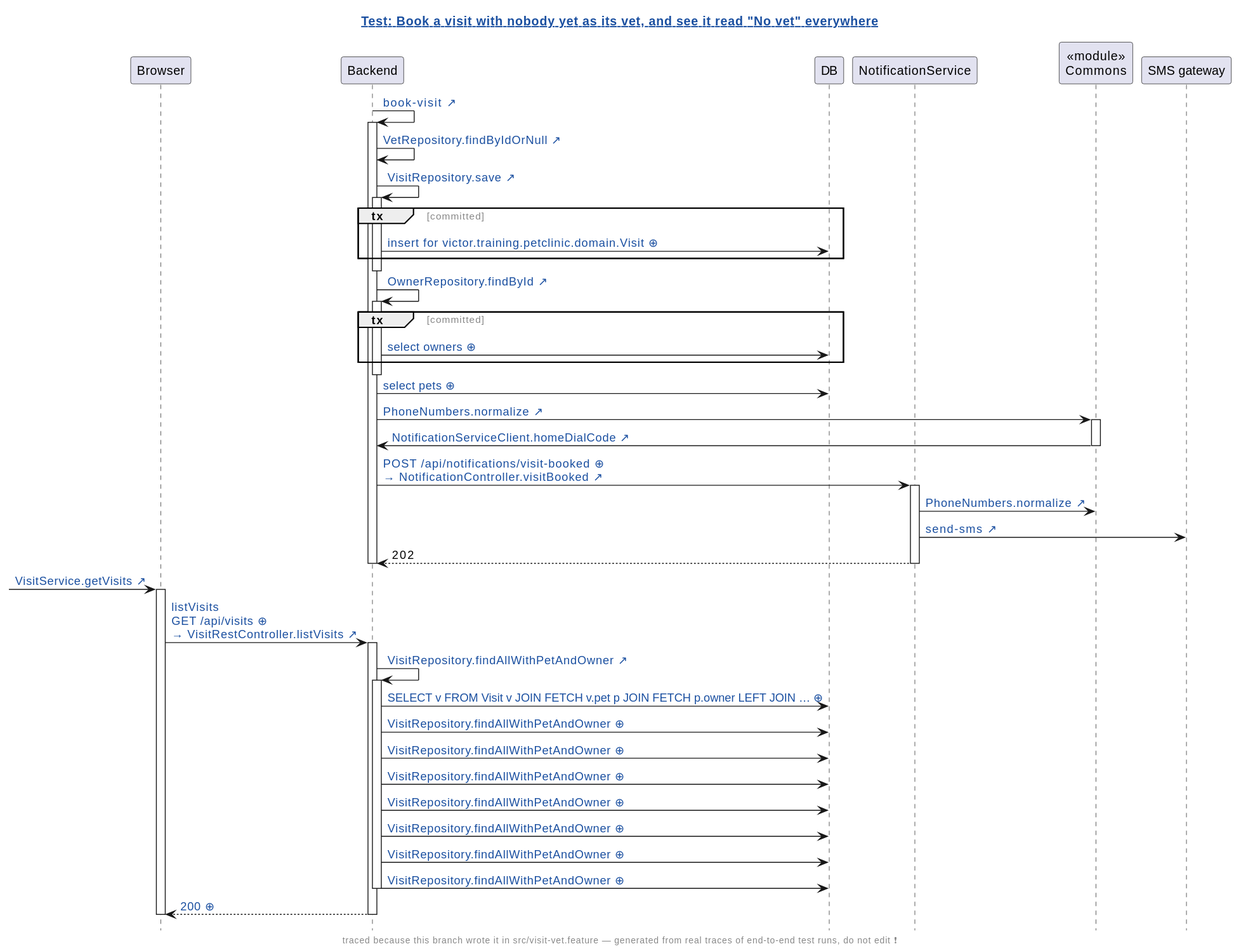
Above: demo/demo/assets/diagrams/petclinic-test_generated_visit-vet.feature.book-a-visit-with-nobody-yet-as-its-vet-and-see-it-read-no-vet-everywhere.genseq.diff.svg in victorrentea/human-review (PlantUML), before the change.
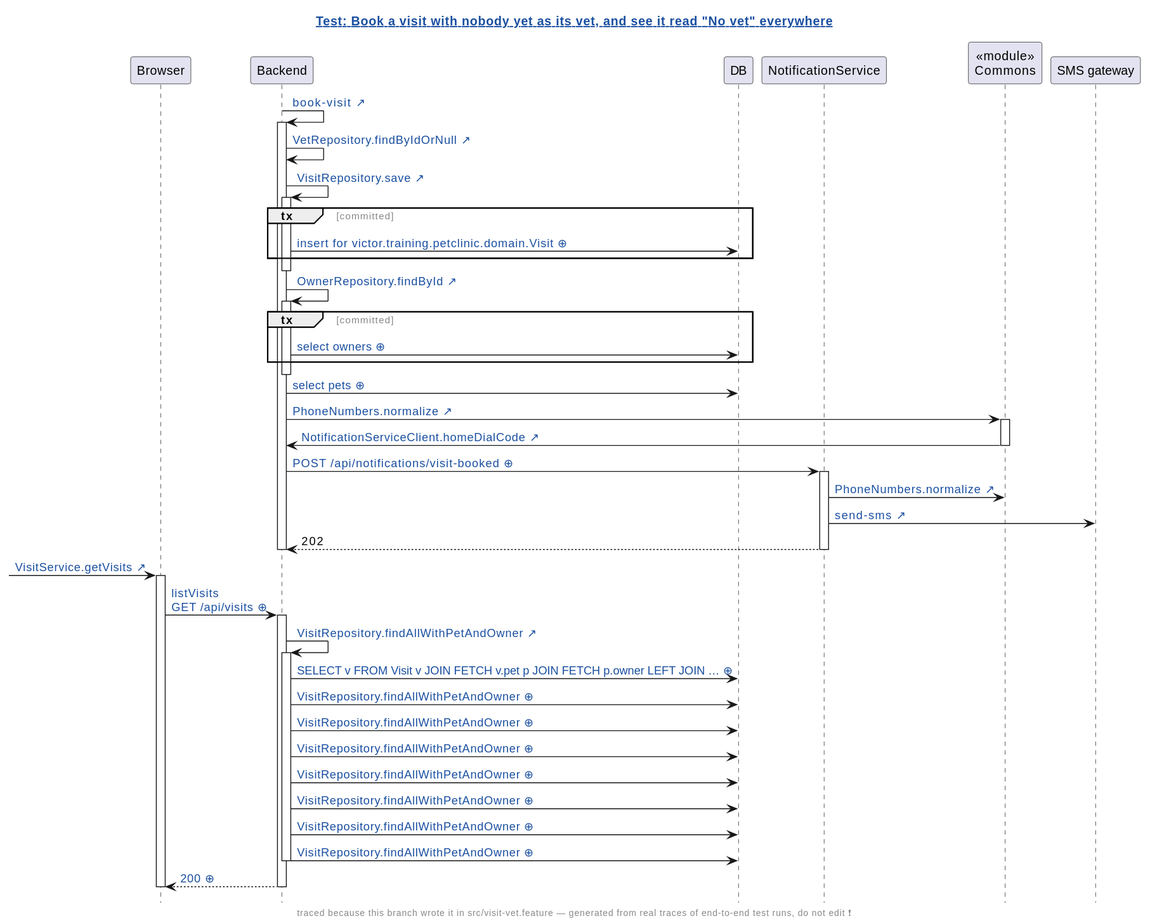
After the change.

Diff of the diagram source:
```diff
@@ -18,7 +18,7 @@
 Backend -> Backend: [[src://petclinic-backend/src/main/java/victor/training/petclinic/repository/VisitRepository.java:14{Click to open VisitRepository.save} VisitRepository.save ↗]]
 activate Backend
 group tx [committed]
-Backend -> DB: [[genseq://15tbf39{Click for the statement behind this call} insert for victor.training.petclinic.domain.Visit ⊕]]
+Backend -> DB: [[genseq://1ck57bi{Click for the statement behind this call} insert for victor.training.petclinic.domain.Visit ⊕]]
 end
 deactivate Backend
 Backend -> Backend: [[src://petclinic-backend/src/main/java/victor/training/petclinic/repository/OwnerRepository.java:14{Click to open OwnerRepository.findById} OwnerRepository.findById ↗]]
@@ -32,7 +32,7 @@
 activate Commons
 Commons -> Backend: [[src://petclinic-backend/src/main/java/victor/training/petclinic/notification/NotificationServiceClient.java:45{Click to open NotificationServiceClient.homeDialCode} NotificationServiceClient.homeDialCode ↗]]
 deactivate Commons
-Backend -> NotificationService: [[genseq://00gfug0{Click for the request as it was sent} POST /api/notifications/visit-booked ⊕]]\n[[src://notification-service/src/main/java/victor/training/notification/NotificationController.java:21{Click to open NotificationController.visitBooked} → NotificationController.visitBooked ↗]]
+Backend -> NotificationService: [[genseq://00gfug0{Click for the request as it was sent} POST /api/notifications/visit-booked ⊕]]
 activate NotificationService
 NotificationService -> Commons: [[src://petclinic-commons/src/main/java/victor/training/commons/PhoneNumbers.java:8{Click to open PhoneNumbers.normalize} PhoneNumbers.normalize ↗]]
 NotificationService -> "SMS gateway": [[src://notification-service/src/main/java/victor/training/notification/SmsGateway.java:23{Click to open SmsGateway.send} send-sms ↗]]
@@ -41,7 +41,7 @@
 deactivate Backend
 [-> Browser: [[src://petclinic-frontend/src/app/visits/visits-page/visits-page.component.ts:21{Click to open the line that sent this request: visits-page.component.ts:21} VisitService.getVisits ↗]]
 activate Browser
-Browser -> Backend: [[genseq://01wssvh{Click for the request as it was sent} listVisits\nGET /api/visits ⊕]]\n[[src://petclinic-backend/src/main/java/victor/training/petclinic/rest/VisitRestController.java:47{Click to open VisitRestController.listVisits} → VisitRestController.listVisits ↗]]
+Browser -> Backend: [[genseq://1myr631{Click for the request as it was sent} listVisits\nGET /api/visits ⊕]]
 activate Backend
 Backend -> Backend: [[src://petclinic-backend/src/main/java/victor/training/petclinic/repository/VisitRepository.java:19{Click to open VisitRepository.findAllWithPetAndOwner} VisitRepository.findAllWithPetAndOwner ↗]]
 activate Backend
```
